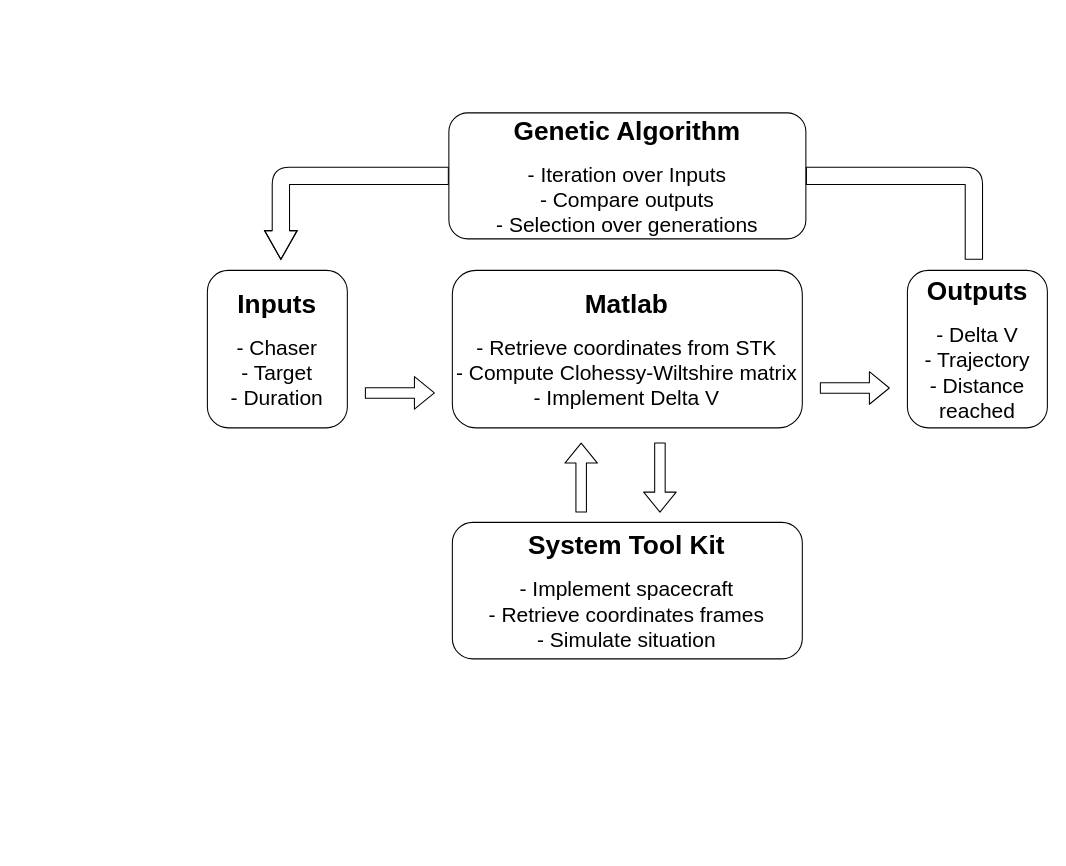
Above: figures/workflow2.drawio in alexandrelms/terminal_guidance (draw.io), before the change. Source tidied: cells renumbered, new cells numbered last; positions are measured from the earlier drawing's top-left corner, leaving out a move shared by most shapes. Both pictures are drawn from the tidied source at 105%, with x=0, y=0 at pixel (207, 112).
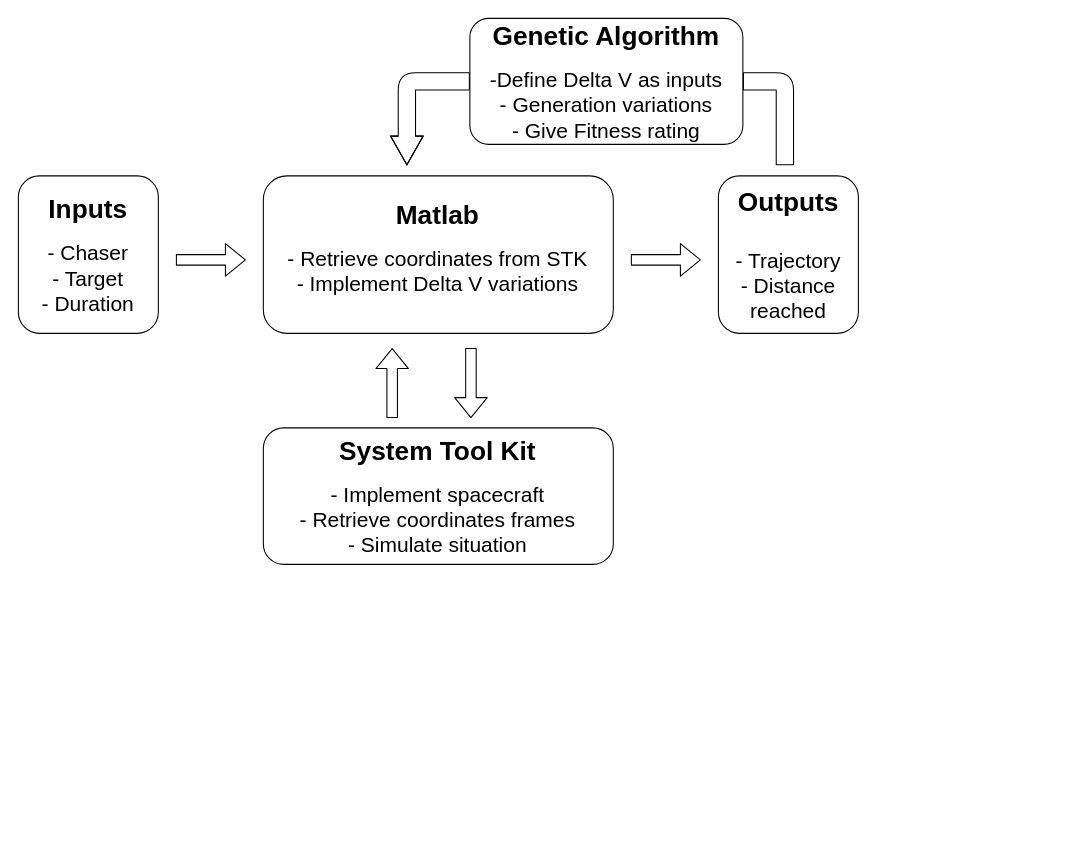
The same page after the edit.

The change refers to these unchanged cells:
```xml
<mxCell id="2" style="group;" parent="1" vertex="1">
  <mxGeometry y="150" width="800" height="550" as="geometry" />
</mxCell>
```

The edit, as a diff of the source:
```diff
@@
+    <mxCell id="14" style="group;" parent="2" vertex="1">
+      <mxGeometry x="-180" y="-90" width="800" height="370" as="geometry" />
+    </mxCell>
-    <mxCell id="3" value="&lt;font&gt;&lt;b&gt;&lt;font style=&quot;font-size: 25px&quot;&gt;Inputs&lt;/font&gt;&lt;/b&gt;&lt;br&gt;&lt;br&gt;&lt;span style=&quot;font-size: 20px&quot;&gt;- Chaser&lt;/span&gt;&lt;br&gt;&lt;span style=&quot;font-size: 20px&quot;&gt;- Target&lt;/span&gt;&lt;br&gt;&lt;span style=&quot;font-size: 20px&quot;&gt;- Duration&lt;/span&gt;&lt;br&gt;&lt;/font&gt;" style="rounded=1;whiteSpace=wrap;html=1;" parent="2" vertex="1">
+    <mxCell id="3" value="&lt;font&gt;&lt;b&gt;&lt;font style=&quot;font-size: 25px&quot;&gt;Inputs&lt;/font&gt;&lt;/b&gt;&lt;br&gt;&lt;br&gt;&lt;span style=&quot;font-size: 20px&quot;&gt;- Chaser&lt;/span&gt;&lt;br&gt;&lt;span style=&quot;font-size: 20px&quot;&gt;- Target&lt;/span&gt;&lt;br&gt;&lt;span style=&quot;font-size: 20px&quot;&gt;- Duration&lt;/span&gt;&lt;br&gt;&lt;/font&gt;" style="rounded=1;whiteSpace=wrap;html=1;" parent="14" vertex="1">
       <mxGeometry width="133.3" height="150" as="geometry" />
     </mxCell>
-    <mxCell id="4" value="&lt;font&gt;&lt;b&gt;&lt;font style=&quot;font-size: 25px&quot;&gt;Outputs&lt;/font&gt;&lt;/b&gt;&lt;br&gt;&lt;br&gt;&lt;span style=&quot;font-size: 20px&quot;&gt;- Delta V&lt;/span&gt;&lt;br&gt;&lt;span style=&quot;font-size: 20px&quot;&gt;- Trajectory&lt;/span&gt;&lt;br&gt;&lt;span style=&quot;font-size: 20px&quot;&gt;- Distance reached&lt;/span&gt;&lt;br&gt;&lt;/font&gt;" style="rounded=1;whiteSpace=wrap;html=1;" parent="2" vertex="1">
+    <mxCell id="4" value="&lt;font&gt;&lt;b&gt;&lt;font style=&quot;font-size: 25px&quot;&gt;Outputs&lt;/font&gt;&lt;/b&gt;&lt;br&gt;&lt;br&gt;&lt;br&gt;&lt;span style=&quot;font-size: 20px&quot;&gt;- Trajectory&lt;/span&gt;&lt;br&gt;&lt;span style=&quot;font-size: 20px&quot;&gt;- Distance reached&lt;/span&gt;&lt;br&gt;&lt;/font&gt;" style="rounded=1;whiteSpace=wrap;html=1;" parent="14" vertex="1">
       <mxGeometry x="666.7" width="133.3" height="150" as="geometry" />
     </mxCell>
-    <mxCell id="5" value="&lt;font&gt;&lt;b&gt;&lt;font style=&quot;font-size: 25px&quot;&gt;Matlab&lt;/font&gt;&lt;/b&gt;&lt;br&gt;&lt;br&gt;&lt;span style=&quot;font-size: 20px&quot;&gt;- Retrieve coordinates from STK&lt;/span&gt;&lt;br&gt;&lt;span style=&quot;font-size: 20px&quot;&gt;- Compute Clohessy-Wiltshire matrix&lt;/span&gt;&lt;br&gt;&lt;span style=&quot;font-size: 20px&quot;&gt;- Implement Delta V&lt;/span&gt;&lt;br&gt;&lt;/font&gt;" style="rounded=1;whiteSpace=wrap;html=1;" parent="2" vertex="1">
+    <mxCell id="5" value="&lt;font&gt;&lt;b&gt;&lt;font style=&quot;font-size: 25px&quot;&gt;Matlab&lt;/font&gt;&lt;/b&gt;&lt;br&gt;&lt;br&gt;&lt;span style=&quot;font-size: 20px&quot;&gt;- Retrieve coordinates from STK&lt;/span&gt;&lt;br&gt;&lt;span style=&quot;font-size: 20px&quot;&gt;- Implement Delta V variations&lt;/span&gt;&lt;br&gt;&lt;br&gt;&lt;/font&gt;" style="rounded=1;whiteSpace=wrap;html=1;" parent="14" vertex="1">
       <mxGeometry x="233.3" width="333.3" height="150" as="geometry" />
     </mxCell>
-    <mxCell id="6" value="&lt;font&gt;&lt;b&gt;&lt;font style=&quot;font-size: 25px&quot;&gt;System Tool Kit&lt;/font&gt;&lt;/b&gt;&lt;br&gt;&lt;br&gt;&lt;span style=&quot;font-size: 20px&quot;&gt;- Implement spacecraft&lt;/span&gt;&lt;br&gt;&lt;span style=&quot;font-size: 20px&quot;&gt;- Retrieve coordinates frames&lt;/span&gt;&lt;br&gt;&lt;span style=&quot;font-size: 20px&quot;&gt;- Simulate situation&lt;/span&gt;&lt;br&gt;&lt;/font&gt;" style="rounded=1;whiteSpace=wrap;html=1;" parent="2" vertex="1">
+    <mxCell id="6" value="&lt;font&gt;&lt;b&gt;&lt;font style=&quot;font-size: 25px&quot;&gt;System Tool Kit&lt;/font&gt;&lt;/b&gt;&lt;br&gt;&lt;br&gt;&lt;span style=&quot;font-size: 20px&quot;&gt;- Implement spacecraft&lt;/span&gt;&lt;br&gt;&lt;span style=&quot;font-size: 20px&quot;&gt;- Retrieve coordinates frames&lt;/span&gt;&lt;br&gt;&lt;span style=&quot;font-size: 20px&quot;&gt;- Simulate situation&lt;/span&gt;&lt;br&gt;&lt;/font&gt;" style="rounded=1;whiteSpace=wrap;html=1;" parent="14" vertex="1">
       <mxGeometry x="233.3" y="240" width="333.3" height="130" as="geometry" />
     </mxCell>
-    <mxCell id="7" style="shape=flexArrow;endArrow=classic;html=1;" parent="2" edge="1">
+    <mxCell id="7" style="shape=flexArrow;endArrow=classic;html=1;" parent="14" edge="1">
       <mxGeometry relative="1" as="geometry">
         <mxPoint x="356" y="230.7" as="sourcePoint" />
         <mxPoint x="356" y="164" as="targetPoint" />
       </mxGeometry>
     </mxCell>
-    <mxCell id="8" style="shape=flexArrow;endArrow=classic;html=1;" parent="2" edge="1">
+    <mxCell id="8" style="shape=flexArrow;endArrow=classic;html=1;" parent="14" edge="1">
       <mxGeometry relative="1" as="geometry">
         <mxPoint x="431" y="164" as="sourcePoint" />
         <mxPoint x="431" y="230.7" as="targetPoint" />
       </mxGeometry>
     </mxCell>
-    <mxCell id="9" style="shape=flexArrow;endArrow=classic;html=1;" parent="2" edge="1">
+    <mxCell id="9" style="shape=flexArrow;endArrow=classic;html=1;" parent="14" edge="1">
       <mxGeometry relative="1" as="geometry">
-        <mxPoint x="150" y="116.7" as="sourcePoint" />
-        <mxPoint x="216.7" y="116.7" as="targetPoint" />
+        <mxPoint x="150" y="80" as="sourcePoint" />
+        <mxPoint x="216.7" y="80" as="targetPoint" />
       </mxGeometry>
     </mxCell>
-    <mxCell id="10" style="shape=flexArrow;endArrow=classic;html=1;" parent="2" edge="1">
+    <mxCell id="10" style="shape=flexArrow;endArrow=classic;html=1;" parent="14" edge="1">
       <mxGeometry relative="1" as="geometry">
-        <mxPoint x="583.3" y="112" as="sourcePoint" />
-        <mxPoint x="650" y="112" as="targetPoint" />
+        <mxPoint x="583.3" y="80" as="sourcePoint" />
+        <mxPoint x="650" y="80" as="targetPoint" />
       </mxGeometry>
     </mxCell>
     <mxCell id="11" style="shape=flexArrow;endArrow=classic;html=1;endWidth=13.564013840830448;endSize=8.788235294117648;width=16.47058823529412;startArrow=none;" parent="1" edge="1" source="12">
       <mxGeometry relative="1" as="geometry">
-        <mxPoint x="70" y="140" as="targetPoint" />
+        <mxPoint x="190" y="50" as="targetPoint" />
         <Array as="points">
-          <mxPoint x="70" y="60" />
+          <mxPoint x="190" y="-30" />
         </Array>
       </mxGeometry>
     </mxCell>
-    <mxCell id="12" value="&lt;font&gt;&lt;b&gt;&lt;font style=&quot;font-size: 25px&quot;&gt;Genetic Algorithm&lt;/font&gt;&lt;/b&gt;&lt;br&gt;&lt;br&gt;&lt;span style=&quot;font-size: 20px&quot;&gt;- Iteration over Inputs&lt;/span&gt;&lt;br&gt;&lt;span style=&quot;font-size: 20px&quot;&gt;- Compare outputs&lt;/span&gt;&lt;br&gt;&lt;span style=&quot;font-size: 20px&quot;&gt;- Selection over generations&lt;/span&gt;&lt;br&gt;&lt;/font&gt;" style="rounded=1;whiteSpace=wrap;html=1;" parent="1" vertex="1">
-      <mxGeometry x="230" width="340" height="120" as="geometry" />
+    <mxCell id="12" value="&lt;font&gt;&lt;b&gt;&lt;font style=&quot;font-size: 25px&quot;&gt;Genetic Algorithm&lt;/font&gt;&lt;/b&gt;&lt;br&gt;&lt;br&gt;&lt;span style=&quot;font-size: 20px&quot;&gt;-Define Delta V as inputs&lt;/span&gt;&lt;br&gt;&lt;span style=&quot;font-size: 20px&quot;&gt;- Generation variations&lt;/span&gt;&lt;br&gt;&lt;span style=&quot;font-size: 20px&quot;&gt;- Give Fitness rating&lt;/span&gt;&lt;br&gt;&lt;/font&gt;" style="rounded=1;whiteSpace=wrap;html=1;" parent="1" vertex="1">
+      <mxGeometry x="250" y="-90" width="260" height="120" as="geometry" />
     </mxCell>
     <mxCell id="13" style="shape=flexArrow;endArrow=none;html=1;endWidth=13.564013840830448;endSize=8.788235294117648;width=16.47058823529412;" parent="1" edge="1" target="12">
       <mxGeometry relative="1" as="geometry">
-        <mxPoint x="730" y="140" as="sourcePoint" />
+        <mxPoint x="550" y="50" as="sourcePoint" />
         <Array as="points">
-          <mxPoint x="730" y="60" />
+          <mxPoint x="550" y="-30" />
         </Array>
       </mxGeometry>
     </mxCell>
```
